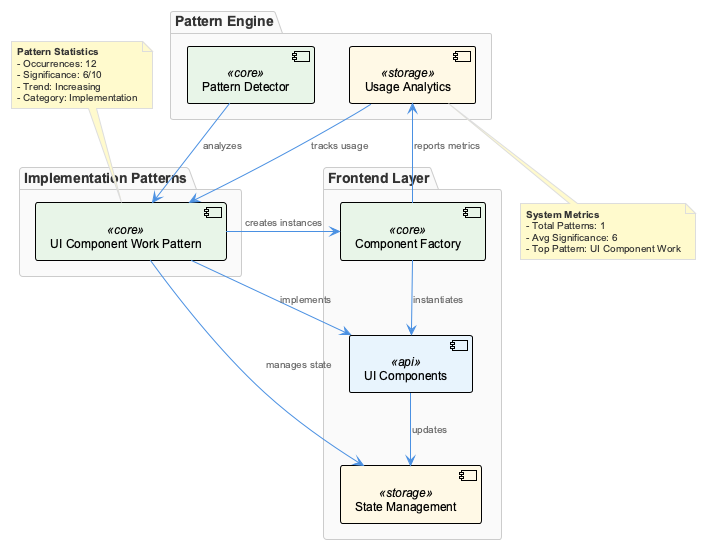
The PlantUML diagram knowledge-management/insights/images/ui-component-work-pattern-architecture.png in fwornle/coding, before a commit. The source it was exported from:
```plantuml
@startuml
!include /Users/q284340/Agentic/coding/docs/puml/_standard-style.puml

package "Implementation Patterns" {
  component "UI Component Work Pattern" as uiPattern <<core>>
}

package "Frontend Layer" {
  component "UI Components" as uiComp <<api>>
  component "Component Factory" as factory <<core>>
  component "State Management" as state <<storage>>
}

package "Pattern Engine" {
  component "Pattern Detector" as detector <<core>>
  component "Usage Analytics" as analytics <<storage>>
}

uiPattern --> uiComp : "implements"
uiPattern --> factory : "creates instances"
uiPattern --> state : "manages state"

detector --> uiPattern : "analyzes"
analytics --> uiPattern : "tracks usage"
factory --> analytics : "reports metrics"

uiComp --> state : "updates"
factory --> uiComp : "instantiates"

note top of uiPattern
  **Pattern Statistics**
  - Occurrences: 12
  - Significance: 6/10
  - Trend: Increasing
  - Category: Implementation
end note

note bottom of analytics
  **System Metrics**
  - Total Patterns: 1
  - Avg Significance: 6
  - Top Pattern: UI Component Work
end note

@enduml
```
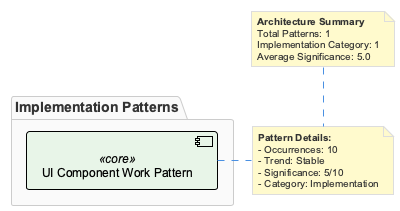
Above is the later version.

What changed in the source:
```diff
@@ -2,44 +2,22 @@
 !include /Users/q284340/Agentic/coding/docs/puml/_standard-style.puml
 
 package "Implementation Patterns" {
-  component "UI Component Work Pattern" as uiPattern <<core>>
+  component "UI Component Work Pattern" as uicomp <<core>>
 }
 
-package "Frontend Layer" {
-  component "UI Components" as uiComp <<api>>
-  component "Component Factory" as factory <<core>>
-  component "State Management" as state <<storage>>
-}
-
-package "Pattern Engine" {
-  component "Pattern Detector" as detector <<core>>
-  component "Usage Analytics" as analytics <<storage>>
-}
-
-uiPattern --> uiComp : "implements"
-uiPattern --> factory : "creates instances"
-uiPattern --> state : "manages state"
-
-detector --> uiPattern : "analyzes"
-analytics --> uiPattern : "tracks usage"
-factory --> analytics : "reports metrics"
-
-uiComp --> state : "updates"
-factory --> uiComp : "instantiates"
-
-note top of uiPattern
-  **Pattern Statistics**
-  - Occurrences: 12
-  - Significance: 6/10
-  - Trend: Increasing
+note right of uicomp
+  **Pattern Details:**
+  - Occurrences: 10
+  - Trend: Stable
+  - Significance: 5/10
   - Category: Implementation
 end note
 
-note bottom of analytics
-  **System Metrics**
-  - Total Patterns: 1
-  - Avg Significance: 6
-  - Top Pattern: UI Component Work
+note top
+  **Architecture Summary**
+  Total Patterns: 1
+  Implementation Category: 1
+  Average Significance: 5.0
 end note
 
 @enduml
```
